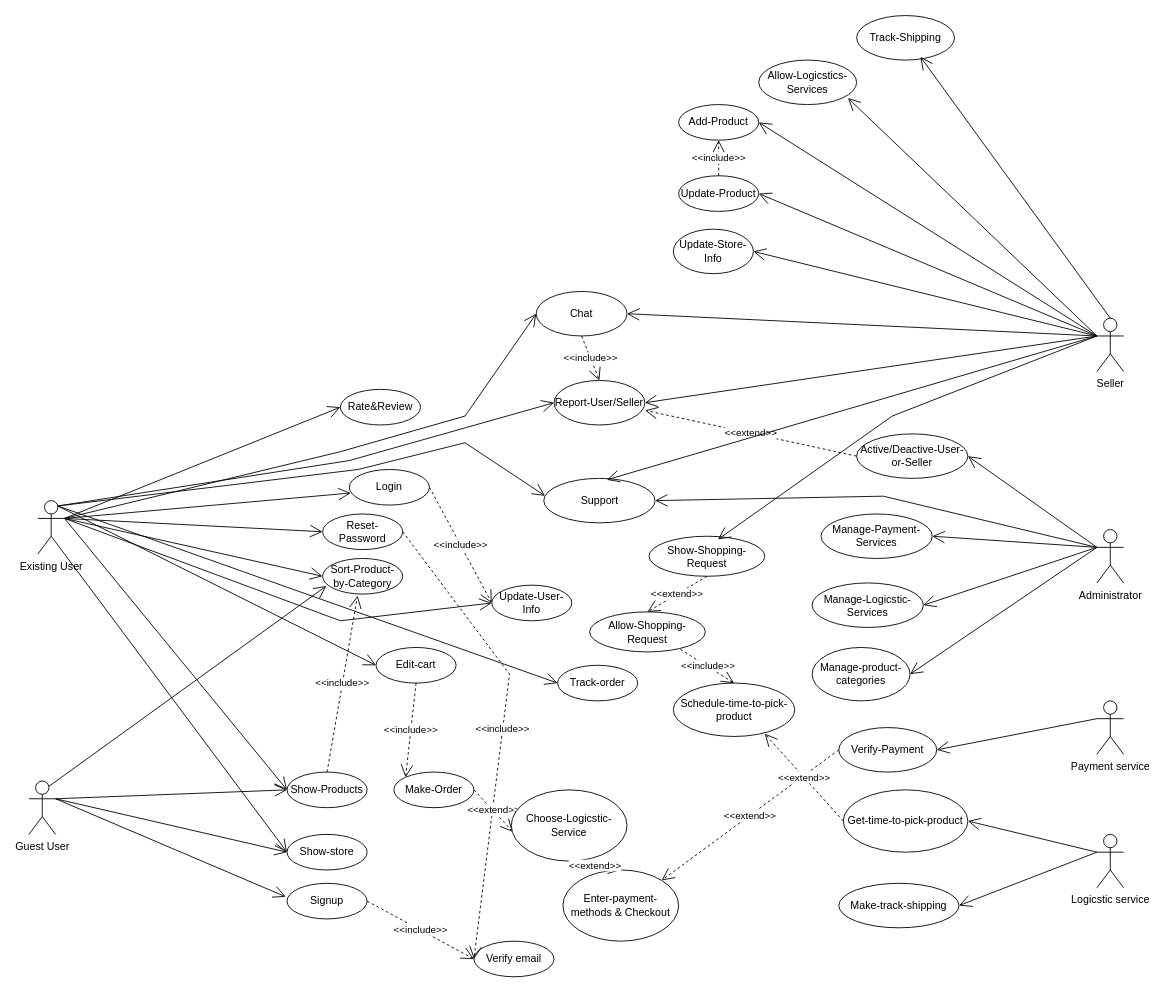
Before: usecase.drawio in huyga1185/buyit_cnpm, a draw.io diagram. Source tidied: cells renumbered, new cells numbered last; positions are measured from the earlier drawing's top-left corner, leaving out a move shared by most shapes. Both pictures are drawn from the tidied source at 89%, with x=0, y=0 at pixel (28, 15).
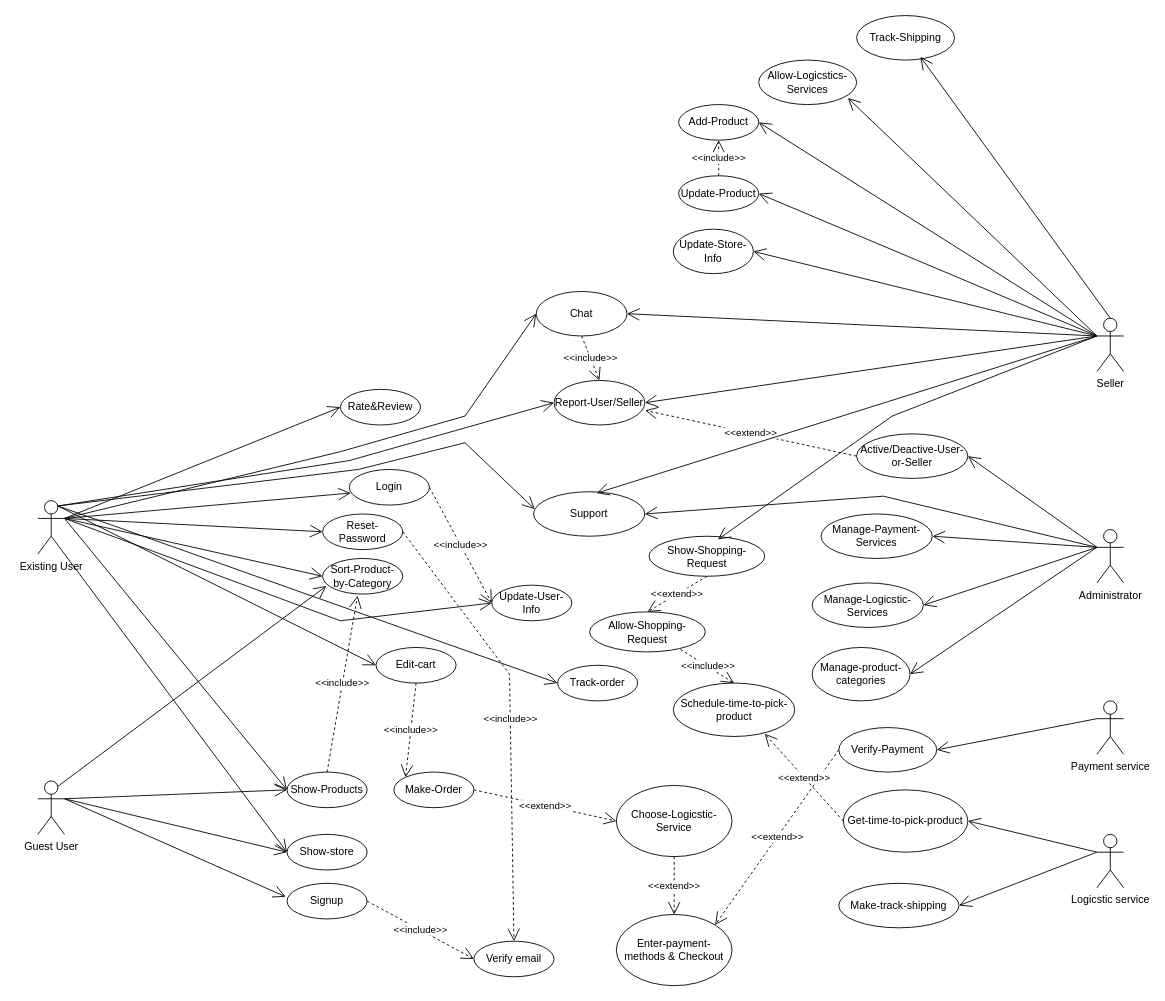
The same diagram, later.

The change refers to these unchanged cells:
```xml
<mxCell id="13" value="Verify email" style="ellipse;whiteSpace=wrap;html=1;" parent="1" vertex="1">
  <mxGeometry x="500" y="1040" width="90" height="40" as="geometry" />
</mxCell>
<mxCell id="15" value="Reset-Password" style="ellipse;whiteSpace=wrap;html=1;" parent="1" vertex="1">
  <mxGeometry x="330" y="560" width="90" height="40" as="geometry" />
</mxCell>
<mxCell id="59" value="Make-Order" style="ellipse;whiteSpace=wrap;html=1;" parent="1" vertex="1">
  <mxGeometry x="410" y="850" width="90" height="40" as="geometry" />
</mxCell>
```

Change to the diagram source:
```diff
@@
     <mxCell id="3" value="Guest User" style="shape=umlActor;verticalLabelPosition=bottom;verticalAlign=top;html=1;" parent="1" vertex="1">
-      <mxGeometry y="860" width="30" height="60" as="geometry" />
+      <mxGeometry x="10" y="860" width="30" height="60" as="geometry" />
     </mxCell>
@@
-    <mxCell id="17" value="&amp;lt;&amp;lt;include&amp;gt;&amp;gt;" style="endArrow=open;endSize=12;dashed=1;html=1;rounded=0;exitX=1;exitY=0.5;exitDx=0;exitDy=0;entryX=0;entryY=0.5;entryDx=0;entryDy=0;" parent="1" edge="1" source="15" target="13">
+    <mxCell id="17" value="&amp;lt;&amp;lt;include&amp;gt;&amp;gt;" style="endArrow=open;endSize=12;dashed=1;html=1;rounded=0;exitX=1;exitY=0.5;exitDx=0;exitDy=0;entryX=0.5;entryY=0;entryDx=0;entryDy=0;" parent="1" edge="1" source="15" target="13">
       <mxGeometry relative="1" as="geometry">
         <Array as="points">
           <mxPoint x="540" y="740" />
         </Array>
       </mxGeometry>
     </mxCell>
@@
     <mxCell id="60" value="Enter-payment-methods &amp;amp; Checkout" style="ellipse;whiteSpace=wrap;html=1;" parent="1" vertex="1">
-      <mxGeometry x="600" y="960" width="130" height="80" as="geometry" />
+      <mxGeometry x="660" y="1010" width="130" height="80" as="geometry" />
     </mxCell>
@@
-    <mxCell id="62" value="&amp;lt;&amp;lt;extend&amp;gt;&amp;gt;" style="endArrow=open;endSize=12;dashed=1;html=1;rounded=0;exitX=1;exitY=0.5;exitDx=0;exitDy=0;entryX=0.012;entryY=0.587;entryDx=0;entryDy=0;entryPerimeter=0;" parent="1" edge="1" source="59" target="63">
+    <mxCell id="62" value="&amp;lt;&amp;lt;extend&amp;gt;&amp;gt;" style="endArrow=open;endSize=12;dashed=1;html=1;rounded=0;exitX=1;exitY=0.5;exitDx=0;exitDy=0;entryX=0;entryY=0.5;entryDx=0;entryDy=0;" parent="1" edge="1" source="59" target="63">
       <mxGeometry relative="1" as="geometry" />
     </mxCell>
     <mxCell id="63" value="Choose-Logicstic-Service" style="ellipse;whiteSpace=wrap;html=1;" parent="1" vertex="1">
-      <mxGeometry x="542" y="870" width="130" height="80" as="geometry" />
+      <mxGeometry x="660" y="865" width="130" height="80" as="geometry" />
     </mxCell>
@@
     <mxCell id="68" value="Support" style="ellipse;whiteSpace=wrap;html=1;" parent="1" vertex="1">
-      <mxGeometry x="578.5" y="520" width="125" height="50" as="geometry" />
+      <mxGeometry x="567" y="535" width="125" height="50" as="geometry" />
     </mxCell>
```
